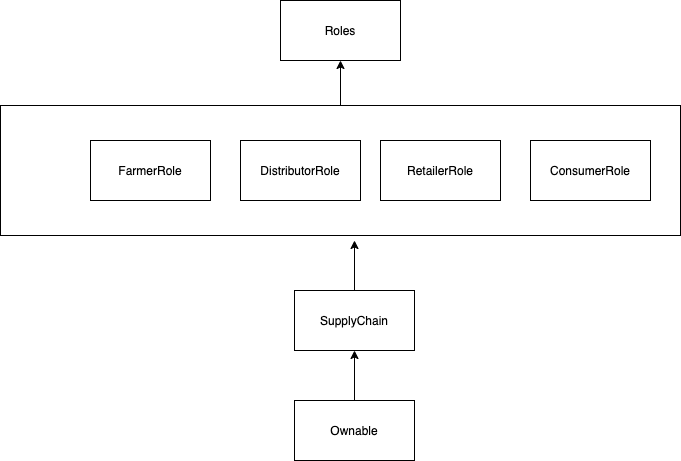
Before: project-3-coffee-supply-chain-dapp/images/Class.png, a diagram exported from draw.io (aravindr18/udacity-blockchain-nd). Source tidied: cells renumbered, new cells last; positions are measured from the earlier drawing's top-left corner, leaving out a move shared by most shapes.
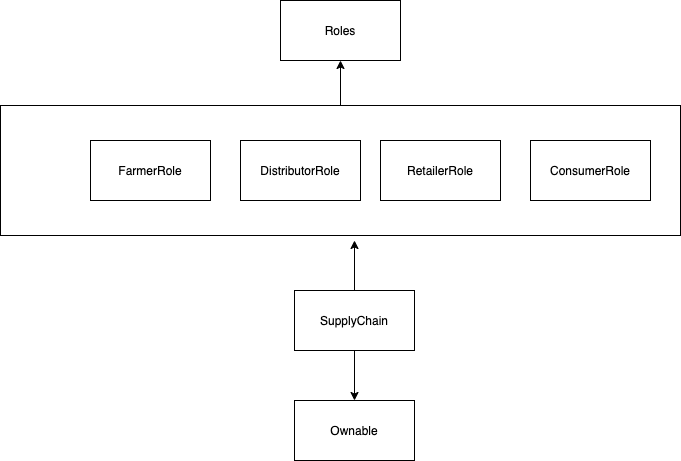
The same file after the commit.

The edit, as a diff of the source:
```diff
@@ -28,12 +28,12 @@
         <mxPoint x="354" y="240" as="targetPoint" />
       </mxGeometry>
     </mxCell>
+    <mxCell id="13" style="edgeStyle=orthogonalEdgeStyle;rounded=0;jettySize=auto;html=1;" parent="1" edge="1" source="10" target="12">
+      <mxGeometry relative="1" as="geometry" />
+    </mxCell>
     <mxCell id="10" value="SupplyChain" style="rounded=0;whiteSpace=wrap;html=1;" parent="1" vertex="1">
       <mxGeometry x="294" y="290" width="120" height="60" as="geometry" />
     </mxCell>
-    <mxCell id="11" style="edgeStyle=orthogonalEdgeStyle;rounded=0;jettySize=auto;html=1;" parent="1" edge="1" source="12" target="10">
-      <mxGeometry relative="1" as="geometry" />
-    </mxCell>
     <mxCell id="12" value="Ownable" style="rounded=0;whiteSpace=wrap;html=1;" parent="1" vertex="1">
       <mxGeometry x="294" y="400" width="120" height="60" as="geometry" />
     </mxCell>
```
